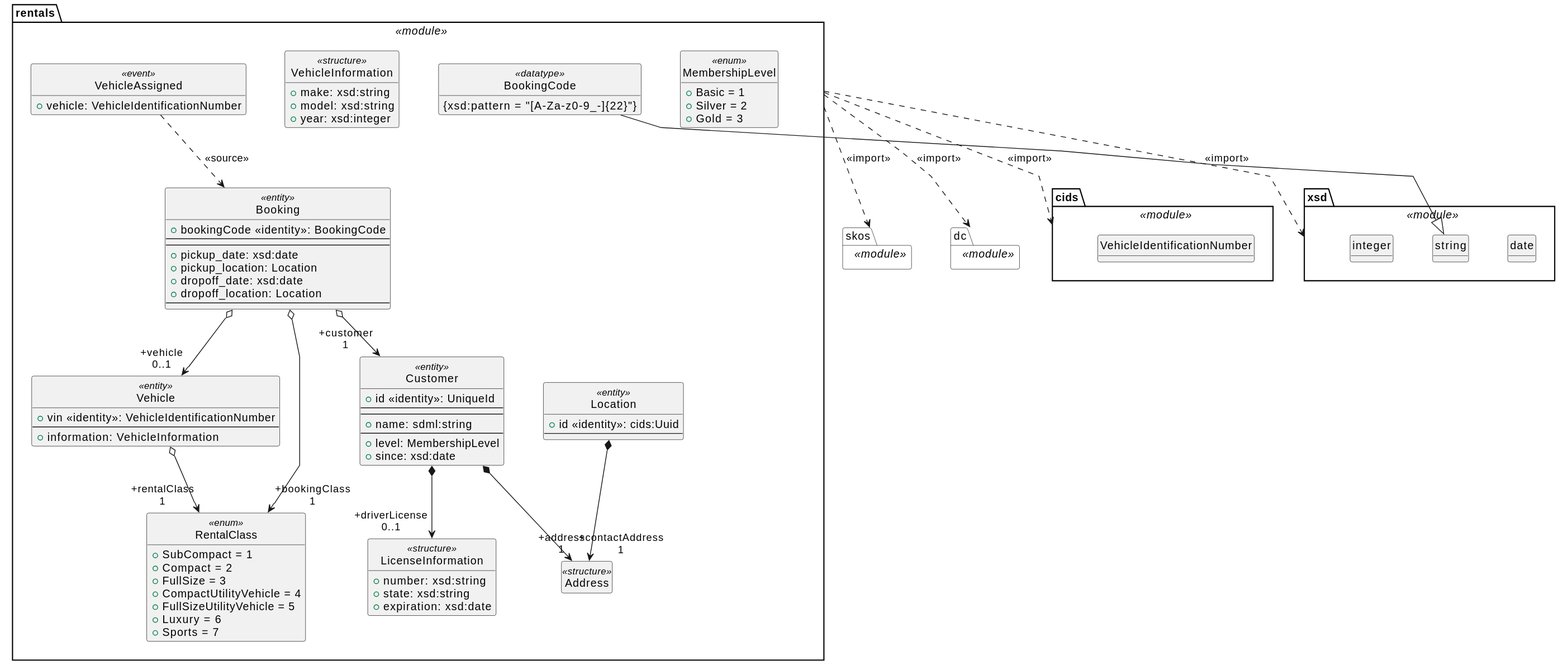
Before: docs/rentals-uml-5.svg, a diagram exported from PlantUML (sdm-lang/sdml-io). Its diagram source:
```plantuml
@startuml
skinparam backgroundColor transparent
skinparam style strictuml
skinparam linetype polyline
skinparam nodesep 50

hide methods
hide circle

show << datatype >> circle
show << entity >> circle
show enum circle
show << event >> circle
show << union >> circle

package "cids" as s_cids <<module>> #white {
  class "VehicleIdentificationNumber" as s_cids__VehicleIdentificationNumber
}

package "skos" as s_skos <<module>> #white {
}

package "xsd" as s_xsd <<module>> #white {
  class "date" as s_xsd__date
  class "string" as s_xsd__string
  class "integer" as s_xsd__integer
}

package "dc" as s_dc <<module>> #white {
}


package "rentals" as s_rentals <<module>> {
  class "Address" as s_Address << (S, orchid) structure >> {
  }
  hide s_Address members

  class "Booking" as s_Booking << (E, orchid) entity >> {
    +bookingCode <<identity>>: BookingCode
    --
    --
    +pickup_date: xsd:date
    +pickup_location: Location
    +dropoff_date: xsd:date
    +dropoff_location: Location
    --
  }

  class "Customer" as s_Customer << (E, orchid) entity >> {
    +id <<identity>>: UniqueId
    --
    --
    +name: sdml:string
    --
    +level: MembershipLevel
    +since: xsd:date
  }

  class "LicenseInformation" as s_LicenseInformation << (S, orchid) structure >> {
    +number: xsd:string
    +state: xsd:string
    +expiration: xsd:date
  }

  class "Location" as s_Location << (E, orchid) entity >> {
    +id <<identity>>: cids:Uuid
    --
  }

  class "MembershipLevel" as s_MembershipLevel << (E, orchid) enum >> {
    +Basic = 1
    +Silver = 2
    +Gold = 3
  }

  class "RentalClass" as s_RentalClass << (E, orchid) enum >> {
    +SubCompact = 1
    +Compact = 2
    +FullSize = 3
    +CompactUtilityVehicle = 4
    +FullSizeUtilityVehicle = 5
    +Luxury = 6
    +Sports = 7
  }

  class "BookingCode" as s_BookingCode << (D, orchid) datatype >> {
{xsd:pattern = "[A-Za-z0-9_-]{22}"}
  }
  hide s_BookingCode methods
  class "Vehicle" as s_Vehicle << (E, orchid) entity >> {
    +vin <<identity>>: VehicleIdentificationNumber
    --
    +information: VehicleInformation
  }

  class "VehicleInformation" as s_VehicleInformation << (S, orchid) structure >> {
    +make: xsd:string
    +model: xsd:string
    +year: xsd:integer
  }

  class "VehicleAssigned" as s_VehicleAssigned << (E, orchid) event >> {
    +vehicle: VehicleIdentificationNumber
  }

  s_Booking o--> "+customer\n1" s_Customer
  s_Booking o--> "+bookingClass\n1" s_RentalClass
  s_Booking o--> "+vehicle\n0..1" s_Vehicle
  s_Customer *--> "+contactAddress\n1" s_Address
  s_Customer *--> "+driverLicense\n0..1" s_LicenseInformation
  s_Location *--> "+address\n1" s_Address
  s_BookingCode --|> s_xsd__string
  s_Vehicle o--> "+rentalClass\n1" s_RentalClass
  s_VehicleAssigned ..> s_Booking: <<source>>
}

s_rentals ..> s_cids: <<import>>
s_rentals ..> s_skos: <<import>>
s_rentals ..> s_xsd: <<import>>
s_rentals ..> s_dc: <<import>>
@enduml
```
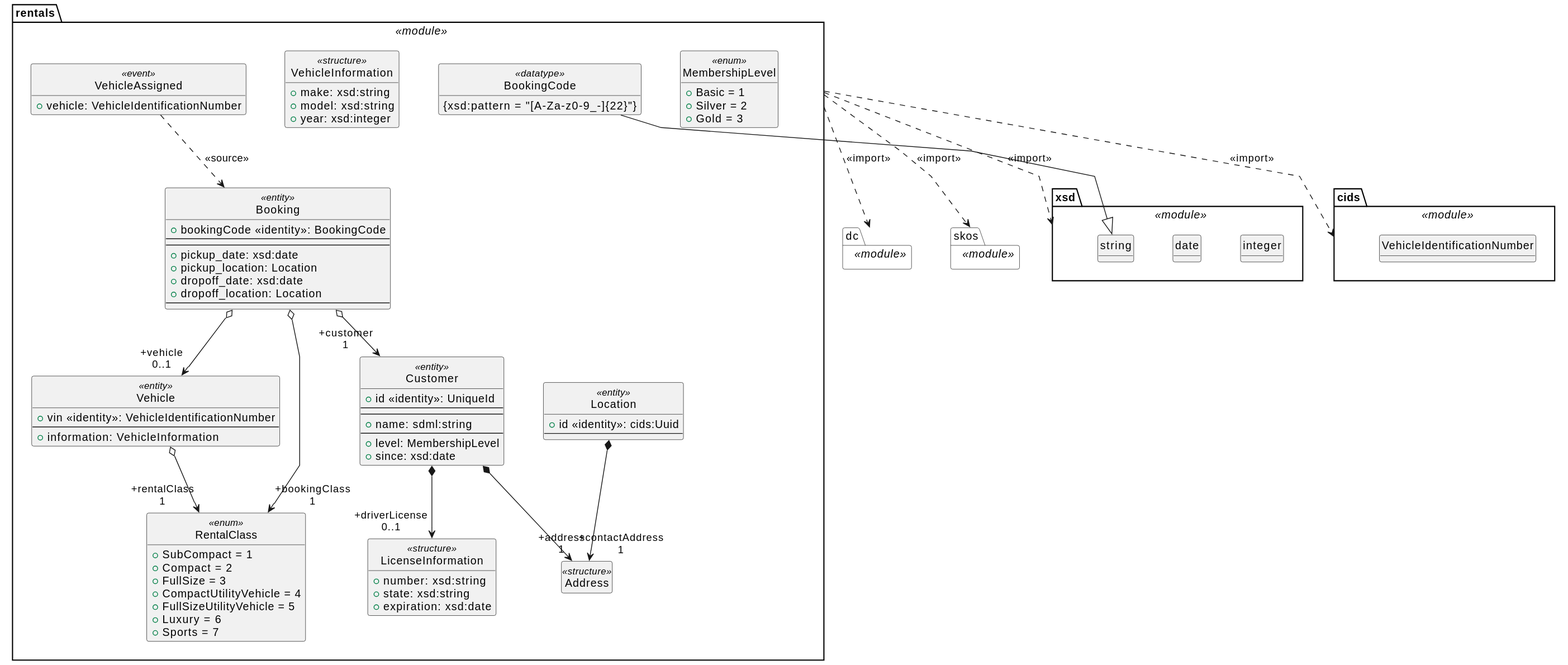
After the change.

Diff of the diagram source:
```diff
@@ -13,20 +13,20 @@
 show << event >> circle
 show << union >> circle
 
-package "cids" as s_cids <<module>> #white {
-  class "VehicleIdentificationNumber" as s_cids__VehicleIdentificationNumber
+package "dc" as s_dc <<module>> #white {
 }
 
 package "skos" as s_skos <<module>> #white {
 }
 
 package "xsd" as s_xsd <<module>> #white {
+  class "integer" as s_xsd__integer
   class "date" as s_xsd__date
   class "string" as s_xsd__string
-  class "integer" as s_xsd__integer
 }
 
-package "dc" as s_dc <<module>> #white {
+package "cids" as s_cids <<module>> #white {
+  class "VehicleIdentificationNumber" as s_cids__VehicleIdentificationNumber
 }
 
 
@@ -114,8 +114,8 @@
   s_VehicleAssigned ..> s_Booking: <<source>>
 }
 
-s_rentals ..> s_cids: <<import>>
+s_rentals ..> s_dc: <<import>>
 s_rentals ..> s_skos: <<import>>
 s_rentals ..> s_xsd: <<import>>
-s_rentals ..> s_dc: <<import>>
+s_rentals ..> s_cids: <<import>>
 @enduml
```
